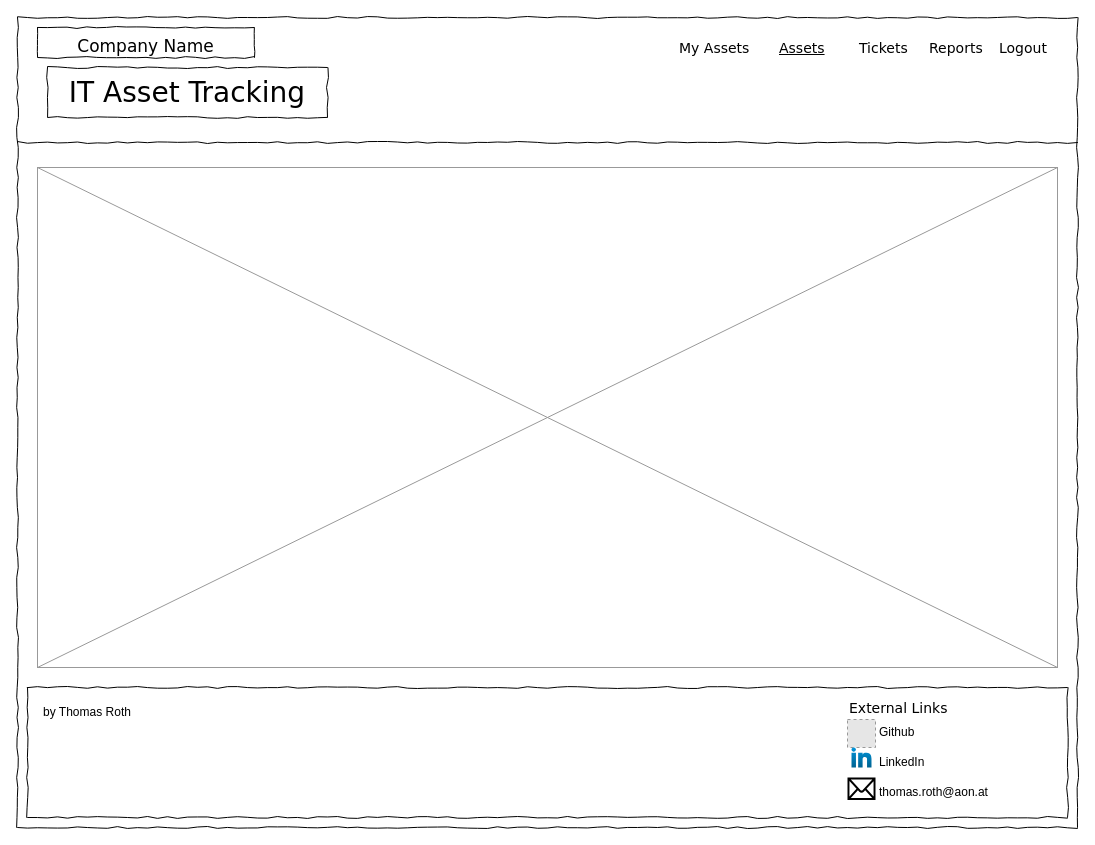
This is Wireframes/ITAT_Layout.drawio from TRed91/ITAssetTracking, a draw.io file, before an edit. Source tidied: cells renumbered, new cells numbered last; positions are measured from the earlier drawing's top-left corner, leaving out a move shared by most shapes. Both pictures are drawn from the tidied source at 100%, with x=0, y=0 at pixel (17, 17). Pictures stored in the file or linked from it are replaced by grey dashed boxes.
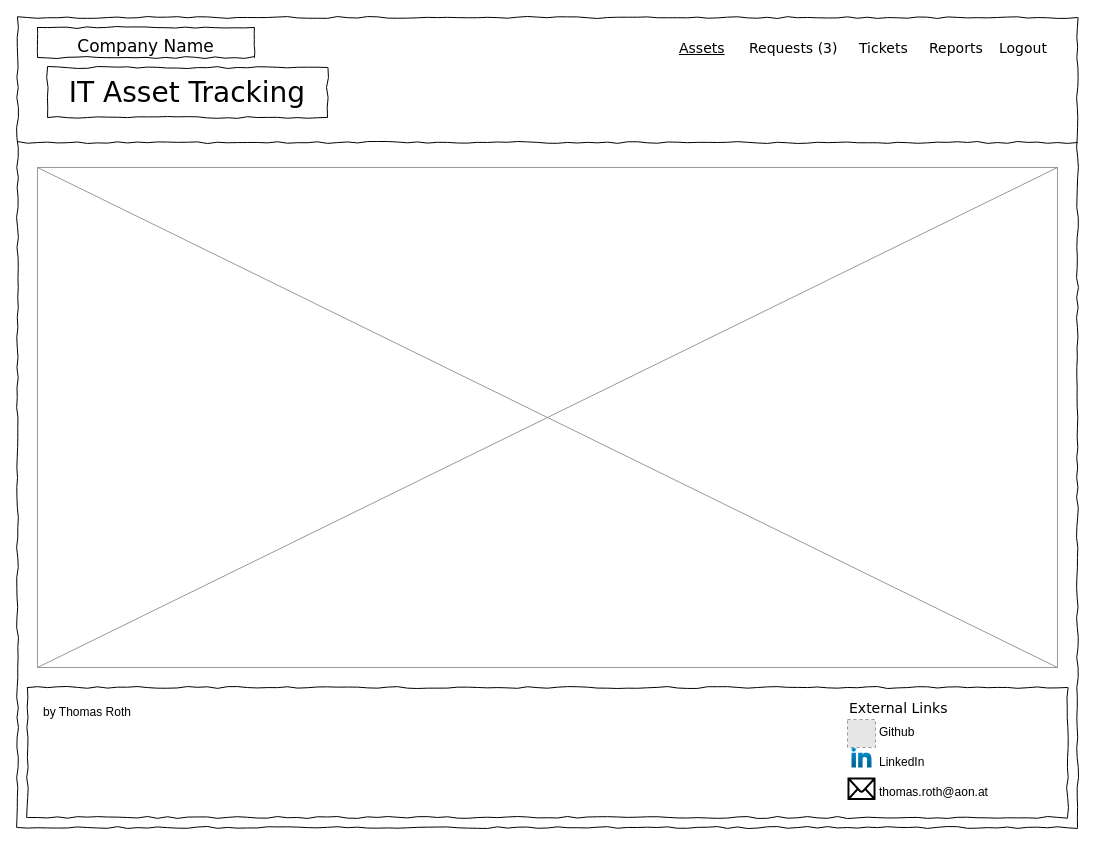
The same diagram, later.

The edit, as a diff of the source:
```diff
@@
     <mxCell id="4" value="&lt;u&gt;Assets&lt;/u&gt;" style="text;html=1;align=left;verticalAlign=top;spacingTop=-4;fontSize=14;fontFamily=Verdana;" parent="1" vertex="1">
-      <mxGeometry x="760" y="20" width="60" height="20" as="geometry" />
+      <mxGeometry x="660" y="20" width="60" height="20" as="geometry" />
     </mxCell>
@@
-    <mxCell id="20" value="My Assets" style="text;html=1;align=left;verticalAlign=top;spacingTop=-4;fontSize=14;fontFamily=Verdana;" parent="1" vertex="1">
-      <mxGeometry x="660" y="20" width="70" height="20" as="geometry" />
+    <mxCell id="20" value="Requests &lt;font style=&quot;color: light-dark(rgb(0, 0, 0), rgb(255, 15, 15));&quot;&gt;(3)&lt;/font&gt;" style="text;html=1;align=left;verticalAlign=top;spacingTop=-4;fontSize=14;fontFamily=Verdana;" parent="1" vertex="1">
+      <mxGeometry x="730" y="20" width="70" height="20" as="geometry" />
     </mxCell>
```
